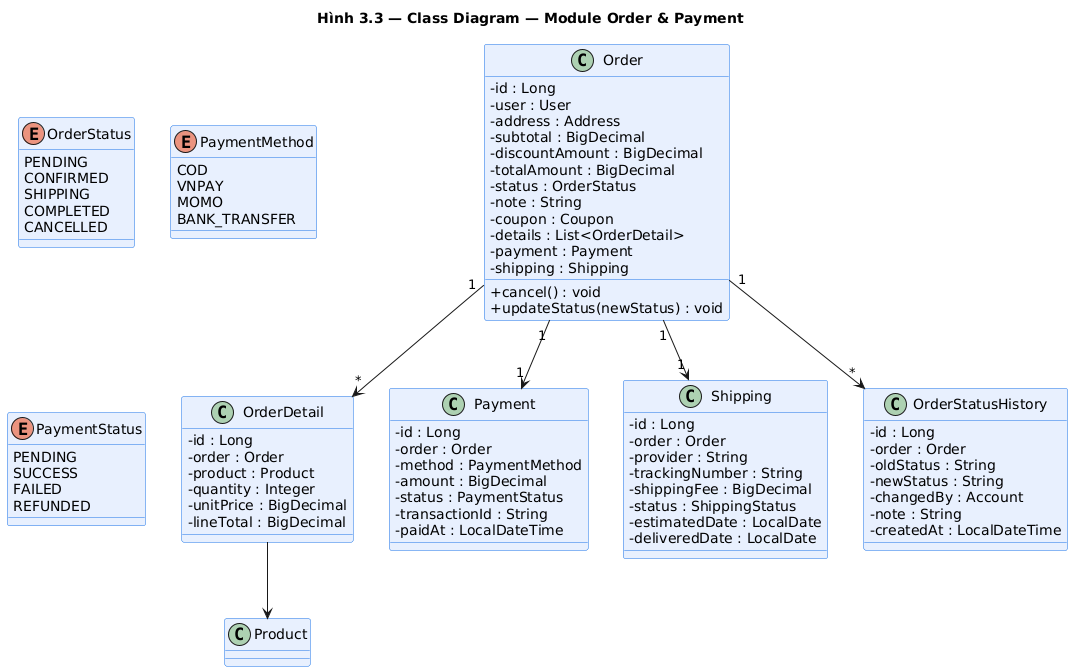
huuhieu56/PC-Parts-ECommerce keeps this PlantUML diagram as docs/diagrams/images/class_order.png. Above is the earlier version. The source it was exported from:
```plantuml
@startuml class_order
title Hình 3.3 — Class Diagram — Module Order & Payment

skinparam classAttributeIconSize 0
skinparam class {
    BackgroundColor #E8F0FE
    BorderColor #1A73E8
}

class Order {
    - id : Long
    - user : User
    - address : Address
    - subtotal : BigDecimal
    - discountAmount : BigDecimal
    - totalAmount : BigDecimal
    - status : OrderStatus
    - note : String
    - coupon : Coupon
    - details : List<OrderDetail>
    - payment : Payment
    - shipping : Shipping
    + cancel() : void
    + updateStatus(newStatus) : void
}

class OrderDetail {
    - id : Long
    - order : Order
    - product : Product
    - quantity : Integer
    - unitPrice : BigDecimal
    - lineTotal : BigDecimal
}

class Payment {
    - id : Long
    - order : Order
    - method : PaymentMethod
    - amount : BigDecimal
    - status : PaymentStatus
    - transactionId : String
    - paidAt : LocalDateTime
}

class Shipping {
    - id : Long
    - order : Order
    - provider : String
    - trackingNumber : String
    - shippingFee : BigDecimal
    - status : ShippingStatus
    - estimatedDate : LocalDate
    - deliveredDate : LocalDate
}

class OrderStatusHistory {
    - id : Long
    - order : Order
    - oldStatus : String
    - newStatus : String
    - changedBy : Account
    - note : String
    - createdAt : LocalDateTime
}

enum OrderStatus {
    PENDING
    CONFIRMED
    SHIPPING
    COMPLETED
    CANCELLED
}

enum PaymentMethod {
    COD
    VNPAY
    MOMO
    BANK_TRANSFER
}

enum PaymentStatus {
    PENDING
    SUCCESS
    FAILED
    REFUNDED
}

Order "1" --> "*" OrderDetail
Order "1" --> "1" Payment
Order "1" --> "1" Shipping
Order "1" --> "*" OrderStatusHistory
OrderDetail --> Product

@enduml
```
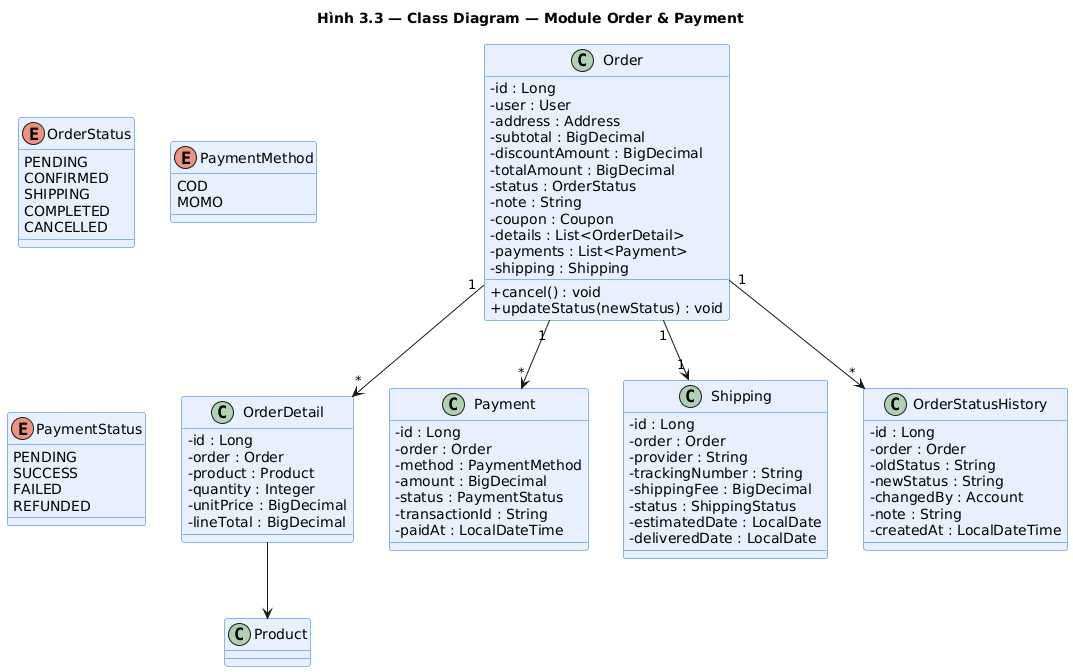
Above is the later version.

What changed in the source:
```diff
@@ -18,7 +18,7 @@
     - note : String
     - coupon : Coupon
     - details : List<OrderDetail>
-    - payment : Payment
+    - payments : List<Payment>
     - shipping : Shipping
     + cancel() : void
     + updateStatus(newStatus) : void
@@ -74,9 +74,7 @@
 
 enum PaymentMethod {
     COD
-    VNPAY
     MOMO
-    BANK_TRANSFER
 }
 
 enum PaymentStatus {
@@ -87,7 +85,7 @@
 }
 
 Order "1" --> "*" OrderDetail
-Order "1" --> "1" Payment
+Order "1" --> "*" Payment
 Order "1" --> "1" Shipping
 Order "1" --> "*" OrderStatusHistory
 OrderDetail --> Product
```
